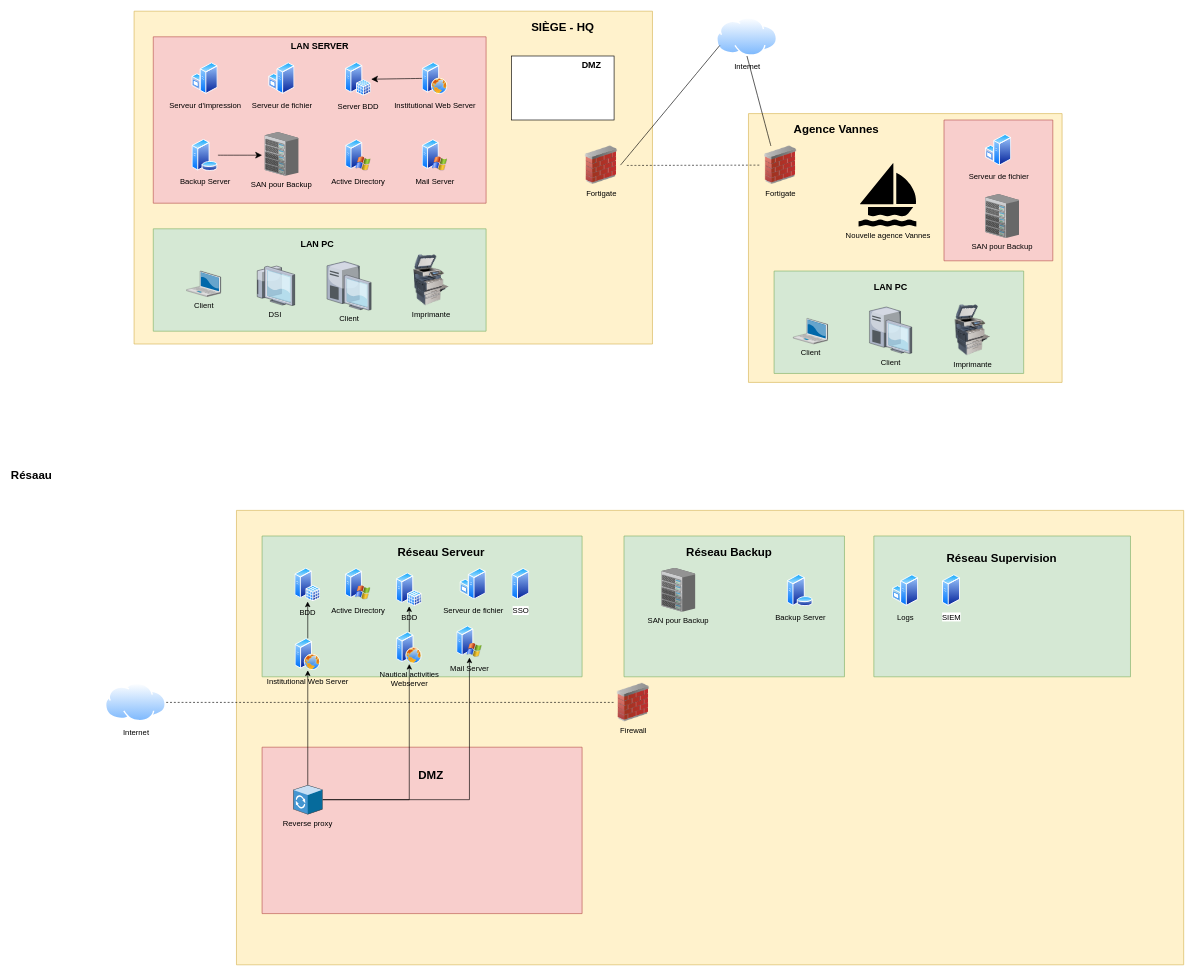
Relthdrarxash/archi_secu keeps this draw.io diagram as archi_technique.drawio. Above is the earlier version. Source tidied: cells renumbered, new cells numbered last; positions are measured from the earlier drawing's top-left corner, leaving out a move shared by most shapes. Both pictures are drawn from the tidied source at 64%, with x=0, y=0 at pixel (12, 11).
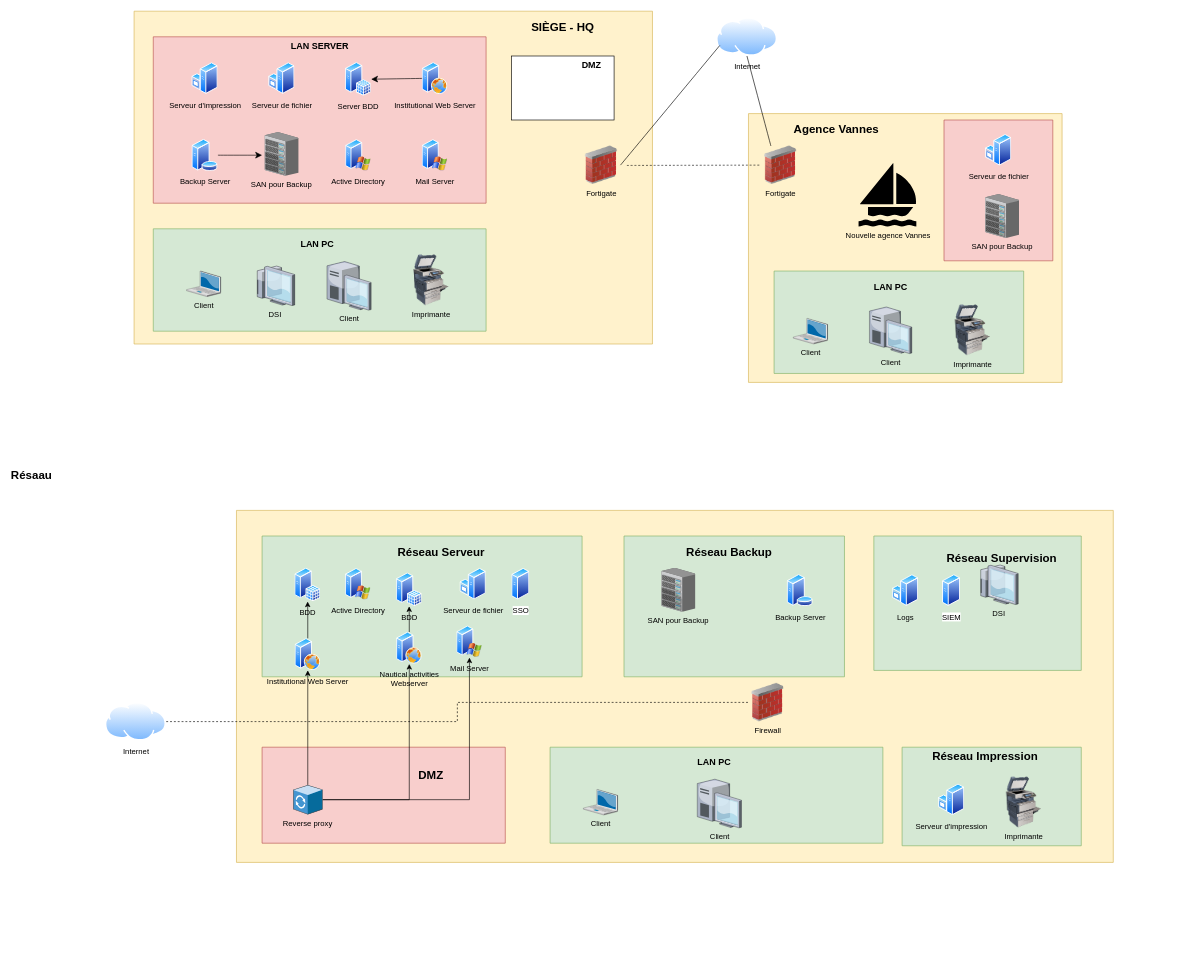
After the change.

Commit message (it also covers changes not shown here):
Mettre à jour archi_technique.drawio

Diff of the diagram source:
```diff
@@
     <mxCell id="41" style="verticalLabelPosition=bottom;verticalAlign=top;html=1;shape=mxgraph.basic.rect;fillColor2=none;strokeWidth=1;size=20;indent=5;fillColor=#fff2cc;strokeColor=#d6b656;" parent="1" vertex="1">
-      <mxGeometry x="350" y="780" width="1480" height="710" as="geometry" />
+      <mxGeometry x="350" y="780" width="1370" height="550" as="geometry" />
     </mxCell>
@@
     <mxCell id="43" value="Internet" style="image;perimeter=ellipsePerimeter;html=1;align=center;shadow=0;dashed=0;spacingTop=3;image=img/lib/active_directory/internet_cloud.svg;" parent="1" vertex="1">
-      <mxGeometry x="145" y="1050" width="95.2" height="60" as="geometry" />
+      <mxGeometry x="145" y="1080" width="95.2" height="60" as="geometry" />
     </mxCell>
     <mxCell id="44" value="Firewall" style="image;html=1;image=img/lib/clip_art/networking/Firewall_02_128x128.png;labelBackgroundColor=none;" parent="1" vertex="1">
-      <mxGeometry x="940" y="1050" width="60" height="60" as="geometry" />
+      <mxGeometry x="1150" y="1050" width="60" height="60" as="geometry" />
     </mxCell>
@@
     <mxCell id="51" style="verticalLabelPosition=bottom;verticalAlign=top;html=1;shape=mxgraph.basic.rect;fillColor2=none;strokeWidth=1;size=20;indent=5;fillColor=#d5e8d4;strokeColor=#82b366;" parent="1" vertex="1">
-      <mxGeometry x="1345.9" y="820" width="401" height="220" as="geometry" />
+      <mxGeometry x="1345.9" y="820" width="324.1" height="210" as="geometry" />
     </mxCell>
@@
     <mxCell id="60" style="verticalLabelPosition=bottom;verticalAlign=top;html=1;shape=mxgraph.basic.rect;fillColor2=none;strokeWidth=1;size=20;indent=5;fillColor=#f8cecc;strokeColor=#b85450;" parent="1" vertex="1">
-      <mxGeometry x="390" y="1150" width="500" height="260" as="geometry" />
+      <mxGeometry x="390" y="1150" width="380" height="150" as="geometry" />
     </mxCell>
@@
+    <mxCell id="72" style="verticalLabelPosition=bottom;verticalAlign=top;html=1;shape=mxgraph.basic.rect;fillColor2=none;strokeWidth=1;size=20;indent=5;fillColor=#d5e8d4;strokeColor=#82b366;" parent="1" vertex="1">
+      <mxGeometry x="1390" y="1150" width="280" height="154" as="geometry" />
+    </mxCell>
+    <mxCell id="73" value="&lt;h2&gt;Réseau Impression&lt;/h2&gt;" style="text;html=1;align=center;verticalAlign=middle;whiteSpace=wrap;rounded=0;" parent="1" vertex="1">
+      <mxGeometry x="1400" y="1150" width="240" height="30" as="geometry" />
+    </mxCell>
+    <mxCell id="74" value="Serveur d'impression" style="image;perimeter=ellipsePerimeter;html=1;align=center;shadow=0;dashed=0;spacingTop=3;image=img/lib/active_directory/windows_server.svg;labelBackgroundColor=none;" parent="1" vertex="1">
+      <mxGeometry x="1446.5" y="1207" width="41" height="50" as="geometry" />
+    </mxCell>
+    <mxCell id="75" style="verticalLabelPosition=bottom;verticalAlign=top;html=1;shape=mxgraph.basic.rect;fillColor2=none;strokeWidth=1;size=20;indent=5;fillColor=#d5e8d4;strokeColor=#82b366;" parent="1" vertex="1">
+      <mxGeometry x="840" y="1150" width="520" height="150" as="geometry" />
+    </mxCell>
+    <mxCell id="76" value="Imprimante" style="image;html=1;image=img/lib/clip_art/computers/Printer_Commercial_128x128.png;labelBackgroundColor=none;" parent="1" vertex="1">
+      <mxGeometry x="1540" y="1196" width="80" height="80" as="geometry" />
+    </mxCell>
+    <mxCell id="77" value="Client" style="verticalLabelPosition=bottom;sketch=0;html=1;verticalAlign=top;strokeColor=none;align=center;shape=mxgraph.citrix.laptop_2;labelBackgroundColor=none;" parent="1" vertex="1">
+      <mxGeometry x="892" y="1216" width="53.6" height="40" as="geometry" />
+    </mxCell>
+    <mxCell id="78" value="&lt;h3&gt;LAN PC&lt;/h3&gt;" style="text;html=1;align=center;verticalAlign=middle;whiteSpace=wrap;rounded=0;" parent="1" vertex="1">
+      <mxGeometry x="1053.7" y="1159" width="84.5" height="30" as="geometry" />
+    </mxCell>
+    <mxCell id="79" value="Client" style="verticalLabelPosition=bottom;sketch=0;html=1;verticalAlign=top;strokeColor=none;align=center;shape=mxgraph.citrix.desktop;" parent="1" vertex="1">
+      <mxGeometry x="1070" y="1200" width="69" height="76" as="geometry" />
+    </mxCell>
+    <mxCell id="80" value="DSI" style="verticalLabelPosition=bottom;sketch=0;html=1;verticalAlign=top;strokeColor=none;align=center;shape=mxgraph.citrix.thin_client;" parent="1" vertex="1">
+      <mxGeometry x="1509.6" y="865.3" width="61.8" height="61.8" as="geometry" />
+    </mxCell>
```
